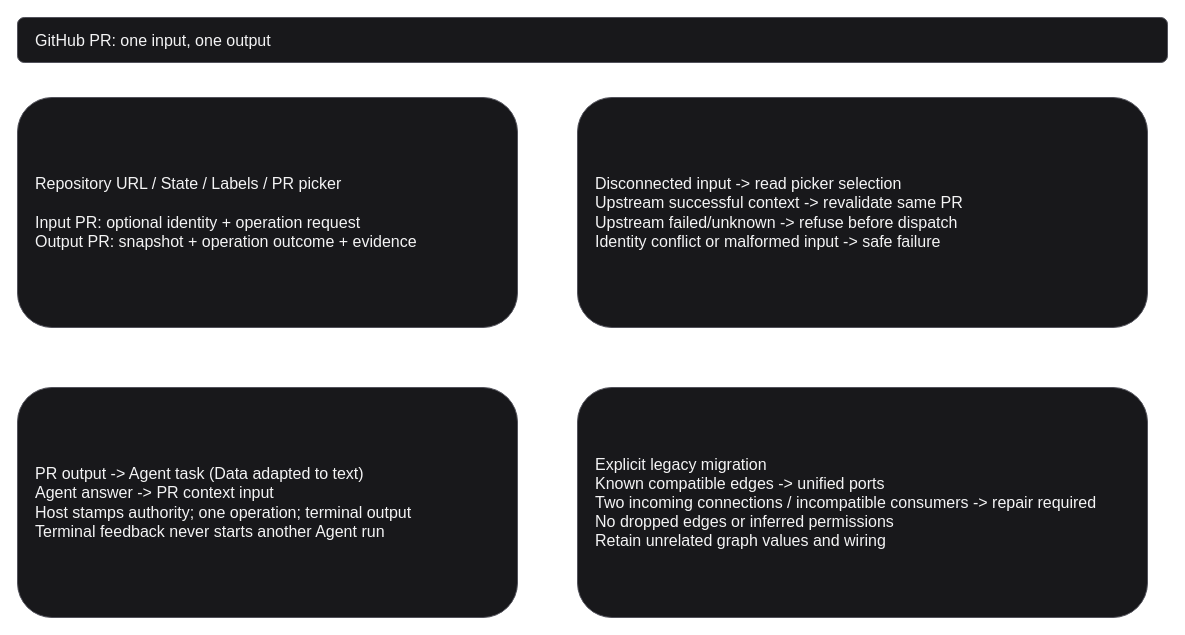
This is page "Unified PR context" (4 of 4) of projects/laomedo/subsystems/issue-integration/design/github-pr-node.drawio from amadou-6e/specs, a draw.io file, before an edit. Source tidied: cells renumbered, new cells numbered last; positions are measured from the earlier drawing's top-left corner, leaving out a move shared by most shapes. Both pictures are drawn from the tidied source at 100%, with x=0, y=0 at pixel (17, 17).
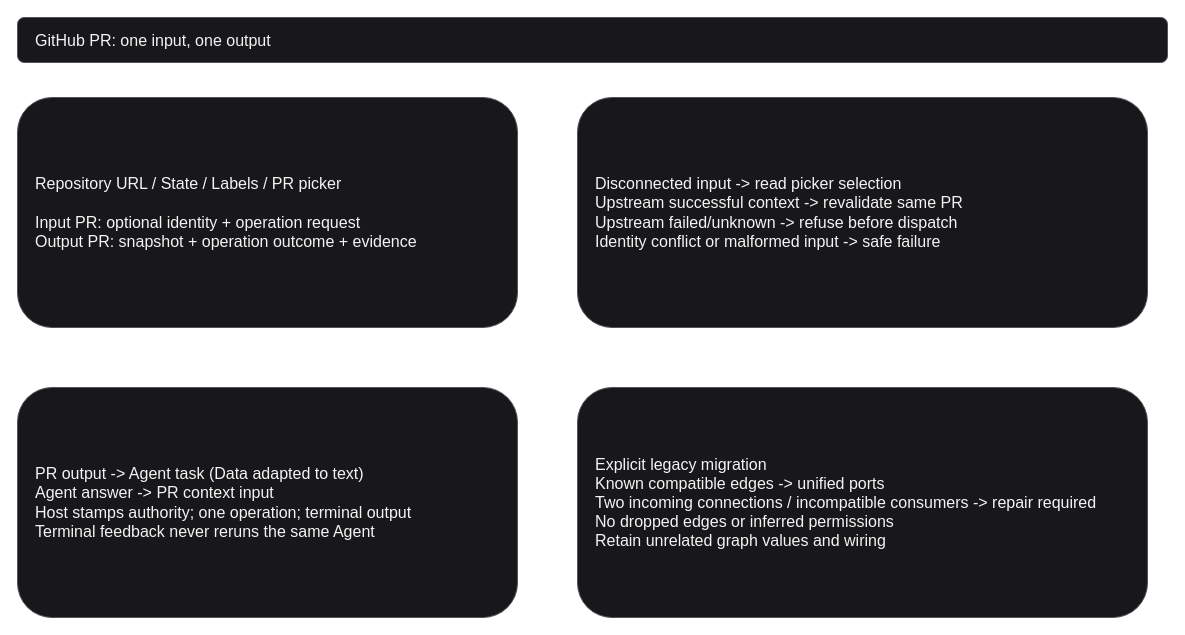
The same page after the edit.

Commit message (it also covers changes not shown here):
Align PR port diagrams and native context name (#416)

What changed in the source:
```diff
@@
 <mxGraphModel>
   <root>
     <mxCell id="0" />
     <mxCell id="1" parent="0" />
     <mxCell id="2" value="GitHub PR: one input, one output" style="rounded=1;whiteSpace=wrap;html=0;align=left;spacing=18;fontSize=16;fillColor=#18181b;fontColor=#f4f4f5;strokeColor=#52525b;" parent="1" vertex="1">
       <mxGeometry width="1150" height="45" as="geometry" />
     </mxCell>
     <mxCell id="3" value="Repository URL / State / Labels / PR picker&#10;&#10;Input PR: optional identity + operation request&#10;Output PR: snapshot + operation outcome + evidence" style="rounded=1;whiteSpace=wrap;html=0;align=left;spacing=18;fontSize=16;fillColor=#18181b;fontColor=#f4f4f5;strokeColor=#52525b;" parent="1" vertex="1">
       <mxGeometry y="80" width="500" height="230" as="geometry" />
     </mxCell>
     <mxCell id="4" value="Disconnected input -&gt; read picker selection&#10;Upstream successful context -&gt; revalidate same PR&#10;Upstream failed/unknown -&gt; refuse before dispatch&#10;Identity conflict or malformed input -&gt; safe failure" style="rounded=1;whiteSpace=wrap;html=0;align=left;spacing=18;fontSize=16;fillColor=#18181b;fontColor=#f4f4f5;strokeColor=#52525b;" parent="1" vertex="1">
       <mxGeometry x="560" y="80" width="570" height="230" as="geometry" />
     </mxCell>
-    <mxCell id="5" value="PR output -&gt; Agent task (Data adapted to text)&#10;Agent answer -&gt; PR context input&#10;Host stamps authority; one operation; terminal output&#10;Terminal feedback never starts another Agent run" style="rounded=1;whiteSpace=wrap;html=0;align=left;spacing=18;fontSize=16;fillColor=#18181b;fontColor=#f4f4f5;strokeColor=#52525b;" parent="1" vertex="1">
+    <mxCell id="5" value="PR output -&gt; Agent task (Data adapted to text)&#10;Agent answer -&gt; PR context input&#10;Host stamps authority; one operation; terminal output&#10;Terminal feedback never reruns the same Agent" style="rounded=1;whiteSpace=wrap;html=0;align=left;spacing=18;fontSize=16;fillColor=#18181b;fontColor=#f4f4f5;strokeColor=#52525b;" parent="1" vertex="1">
       <mxGeometry y="370" width="500" height="230" as="geometry" />
     </mxCell>
     <mxCell id="6" value="Explicit legacy migration&#10;Known compatible edges -&gt; unified ports&#10;Two incoming connections / incompatible consumers -&gt; repair required&#10;No dropped edges or inferred permissions&#10;Retain unrelated graph values and wiring" style="rounded=1;whiteSpace=wrap;html=0;align=left;spacing=18;fontSize=16;fillColor=#18181b;fontColor=#f4f4f5;strokeColor=#52525b;" parent="1" vertex="1">
       <mxGeometry x="560" y="370" width="570" height="230" as="geometry" />
     </mxCell>
   </root>
 </mxGraphModel>
```
